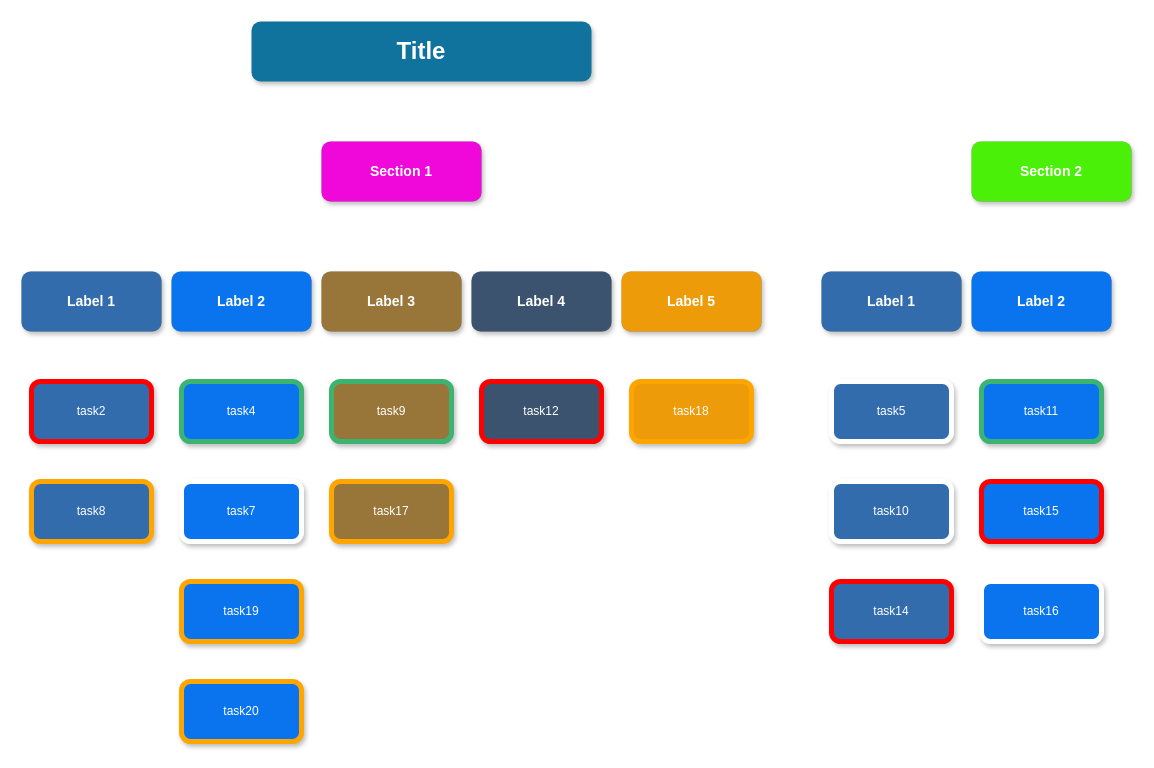
This is todoist_api_app/chart_copy.drawio from imtone1/todoist, a draw.io file, before an edit. Source tidied: cells renumbered, new cells numbered last; positions are measured from the earlier drawing's top-left corner, leaving out a move shared by most shapes. Both pictures are drawn from the tidied source at 100%, with x=0, y=0 at pixel (21, 21).
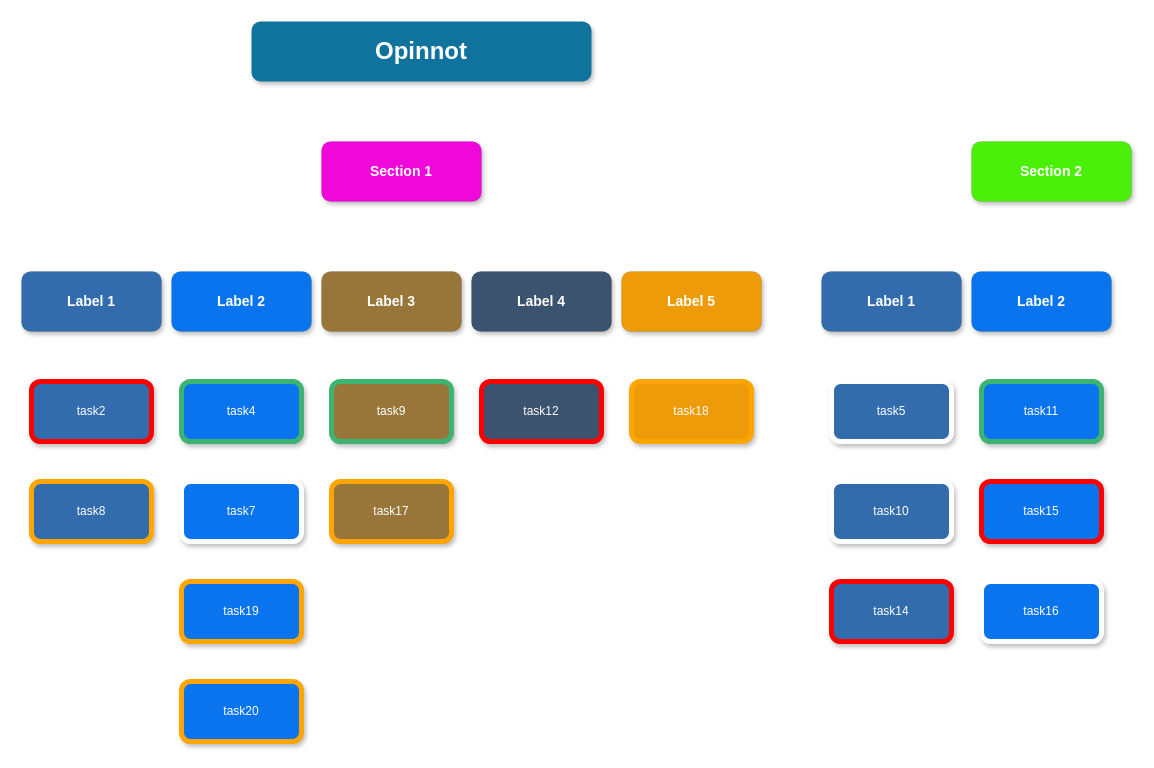
After the change.

The edit, as a diff of the source:
```diff
@@
-    <mxCell id="2" value="Title" style="whiteSpace=wrap;rounded=1;shadow=1;fillColor=#10739E;strokeColor=none;fontColor=#FFFFFF;fontStyle=1;fontSize=24;" parent="1" vertex="1">
+    <mxCell id="2" value="Opinnot" style="whiteSpace=wrap;rounded=1;shadow=1;fillColor=#10739E;strokeColor=none;fontColor=#FFFFFF;fontStyle=1;fontSize=24;" parent="1" vertex="1">
       <mxGeometry x="230" width="340" height="60" as="geometry" />
     </mxCell>
```
